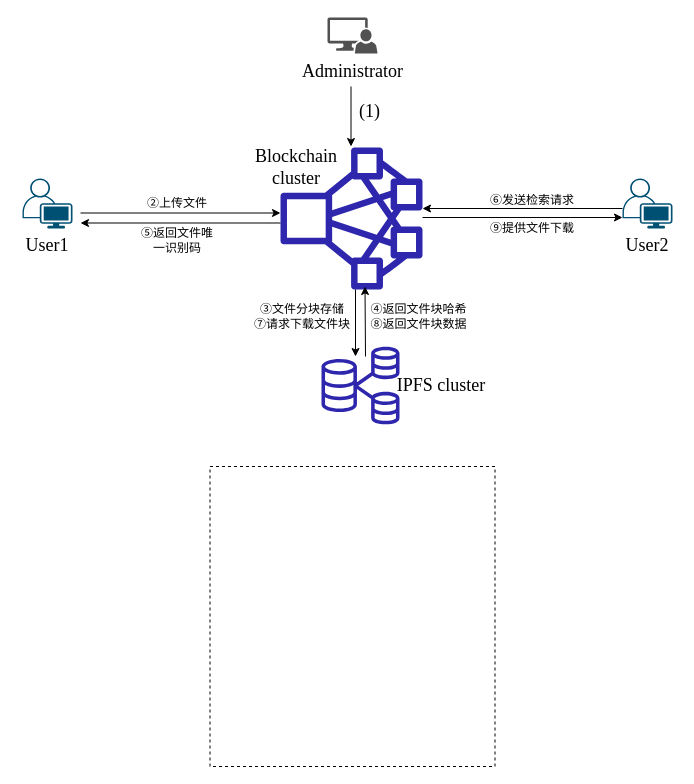
Earlier version of the draw.io diagram ipfsmodel.drawio (DingAllen/2022-leetcode). Source tidied: cells renumbered, new cells numbered last; positions are measured from the earlier drawing's top-left corner, leaving out a move shared by most shapes. Both pictures are drawn from the tidied source at 100%, with x=0, y=0 at pixel (17, 17).
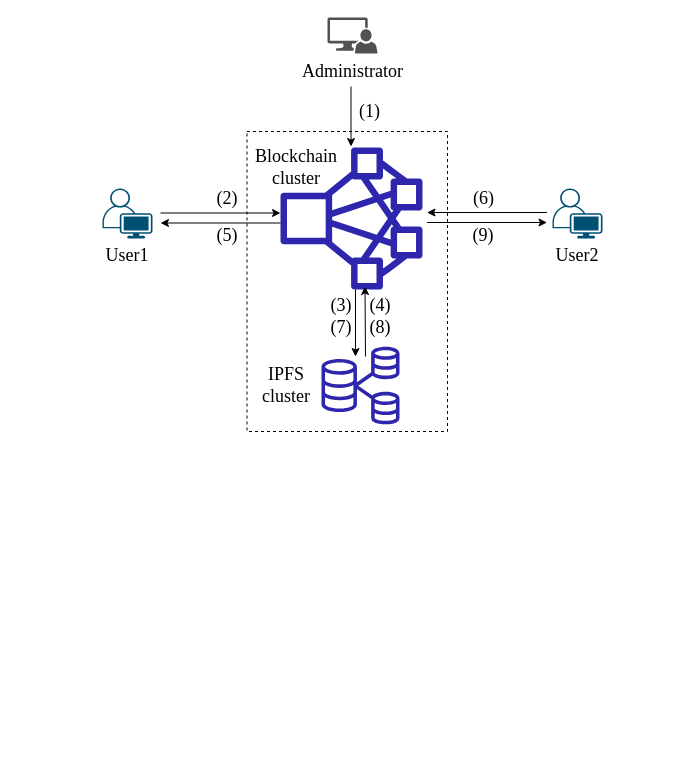
The same page after the edit.

The edit, as a diff of the source:
```diff
@@
     <mxCell id="3" style="verticalLabelPosition=bottom;sketch=0;html=1;verticalAlign=top;align=center;shape=mxgraph.cisco19.user;fillColor=#005073;strokeColor=none;" parent="1" vertex="1">
-      <mxGeometry x="5" y="161" width="50" height="50" as="geometry" />
+      <mxGeometry x="85" y="171" width="50" height="50" as="geometry" />
     </mxCell>
     <mxCell id="4" value="&lt;font face=&quot;Times New Roman&quot; style=&quot;font-size: 18px;&quot;&gt;User1&lt;/font&gt;" style="text;html=1;strokeColor=none;fillColor=none;align=center;verticalAlign=middle;whiteSpace=wrap;rounded=0;" parent="1" vertex="1">
-      <mxGeometry y="214" width="60" height="27" as="geometry" />
+      <mxGeometry x="80" y="224" width="60" height="27" as="geometry" />
     </mxCell>
@@
     <mxCell id="7" value="&lt;font face=&quot;Times New Roman&quot; style=&quot;font-size: 18px;&quot;&gt;IPFS cluster&lt;/font&gt;" style="text;html=1;strokeColor=none;fillColor=none;align=center;verticalAlign=middle;whiteSpace=wrap;rounded=0;" parent="1" vertex="1">
-      <mxGeometry x="369.5" y="353" width="108" height="30" as="geometry" />
+      <mxGeometry x="234" y="348" width="70" height="40" as="geometry" />
     </mxCell>
@@
     <mxCell id="9" style="verticalLabelPosition=bottom;sketch=0;html=1;verticalAlign=top;align=center;shape=mxgraph.cisco19.user;fillColor=#005073;strokeColor=none;" parent="1" vertex="1">
-      <mxGeometry x="605" y="161" width="50" height="50" as="geometry" />
+      <mxGeometry x="535" y="171" width="50" height="50" as="geometry" />
     </mxCell>
@@
-    <mxCell id="11" style="endArrow=classic;html=1;rounded=0;" parent="1" edge="1">
-      <mxGeometry relative="1" as="geometry">
-        <mxPoint x="63" y="195.5" as="sourcePoint" />
-        <mxPoint x="263" y="195.5" as="targetPoint" />
-      </mxGeometry>
-    </mxCell>
-    <mxCell id="12" style="endArrow=classic;html=1;rounded=0;" parent="1" edge="1">
-      <mxGeometry relative="1" as="geometry">
-        <mxPoint x="263" y="205.5" as="sourcePoint" />
-        <mxPoint x="63" y="205.5" as="targetPoint" />
-      </mxGeometry>
-    </mxCell>
-    <mxCell id="13" style="endArrow=classic;html=1;rounded=0;" parent="1" edge="1">
-      <mxGeometry relative="1" as="geometry">
-        <mxPoint x="405" y="200" as="sourcePoint" />
-        <mxPoint x="605" y="200" as="targetPoint" />
-      </mxGeometry>
-    </mxCell>
-    <mxCell id="14" style="endArrow=classic;html=1;rounded=0;" parent="1" edge="1">
-      <mxGeometry relative="1" as="geometry">
-        <mxPoint x="605" y="191" as="sourcePoint" />
-        <mxPoint x="405" y="191" as="targetPoint" />
-      </mxGeometry>
-    </mxCell>
-    <mxCell id="15" value="②上传文件" style="text;html=1;strokeColor=none;fillColor=none;align=center;verticalAlign=middle;whiteSpace=wrap;rounded=0;" parent="1" vertex="1">
-      <mxGeometry x="115" y="171" width="90" height="30" as="geometry" />
+    <mxCell id="15" value="&lt;font style=&quot;font-size: 18px;&quot; face=&quot;Times New Roman&quot;&gt;(2)&lt;/font&gt;" style="text;html=1;strokeColor=none;fillColor=none;align=center;verticalAlign=middle;whiteSpace=wrap;rounded=0;" parent="1" vertex="1">
+      <mxGeometry x="165" y="166" width="90" height="30" as="geometry" />
     </mxCell>
@@
-    <mxCell id="19" value="③文件分块存储&lt;br&gt;⑦请求下载文件块" style="text;html=1;strokeColor=none;fillColor=none;align=center;verticalAlign=middle;whiteSpace=wrap;rounded=0;" parent="1" vertex="1">
-      <mxGeometry x="229.5" y="279" width="110" height="40" as="geometry" />
+    <mxCell id="19" value="&lt;font style=&quot;font-size: 18px;&quot; face=&quot;Times New Roman&quot;&gt;(3)&lt;br&gt;(7)&lt;/font&gt;" style="text;html=1;strokeColor=none;fillColor=none;align=center;verticalAlign=middle;whiteSpace=wrap;rounded=0;" parent="1" vertex="1">
+      <mxGeometry x="304" y="279" width="39.5" height="40" as="geometry" />
     </mxCell>
-    <mxCell id="20" value="④返回文件块哈希&lt;br&gt;⑧返回文件块数据" style="text;html=1;strokeColor=none;fillColor=none;align=center;verticalAlign=middle;whiteSpace=wrap;rounded=0;" parent="1" vertex="1">
-      <mxGeometry x="346" y="279" width="110.5" height="40" as="geometry" />
+    <mxCell id="20" value="&lt;font style=&quot;font-size: 18px;&quot; face=&quot;Times New Roman&quot;&gt;(4)&lt;br&gt;(8)&lt;/font&gt;" style="text;html=1;strokeColor=none;fillColor=none;align=center;verticalAlign=middle;whiteSpace=wrap;rounded=0;" parent="1" vertex="1">
+      <mxGeometry x="346" y="279" width="34" height="40" as="geometry" />
     </mxCell>
@@
-    <mxCell id="22" value="⑤返回文件唯一识别码" style="text;html=1;strokeColor=none;fillColor=none;align=center;verticalAlign=middle;whiteSpace=wrap;rounded=0;" parent="1" vertex="1">
-      <mxGeometry x="120" y="208" width="80" height="30" as="geometry" />
+    <mxCell id="22" value="&lt;font style=&quot;font-size: 18px;&quot; face=&quot;Times New Roman&quot;&gt;(5)&lt;/font&gt;" style="text;html=1;strokeColor=none;fillColor=none;align=center;verticalAlign=middle;whiteSpace=wrap;rounded=0;" parent="1" vertex="1">
+      <mxGeometry x="170" y="203" width="80" height="30" as="geometry" />
     </mxCell>
-    <mxCell id="23" value="⑥发送检索请求" style="text;html=1;strokeColor=none;fillColor=none;align=center;verticalAlign=middle;whiteSpace=wrap;rounded=0;" parent="1" vertex="1">
-      <mxGeometry x="459.5" y="168" width="110" height="30" as="geometry" />
+    <mxCell id="23" value="&lt;font style=&quot;font-size: 18px;&quot; face=&quot;Times New Roman&quot;&gt;(6)&lt;/font&gt;" style="text;html=1;strokeColor=none;fillColor=none;align=center;verticalAlign=middle;whiteSpace=wrap;rounded=0;" parent="1" vertex="1">
+      <mxGeometry x="440" y="166" width="52.5" height="30" as="geometry" />
     </mxCell>
-    <mxCell id="24" value="⑨提供文件下载" style="text;html=1;strokeColor=none;fillColor=none;align=center;verticalAlign=middle;whiteSpace=wrap;rounded=0;" parent="1" vertex="1">
-      <mxGeometry x="470" y="196" width="90" height="30" as="geometry" />
+    <mxCell id="24" value="&lt;font style=&quot;font-size: 18px;&quot; face=&quot;Times New Roman&quot;&gt;(9)&lt;/font&gt;" style="text;html=1;strokeColor=none;fillColor=none;align=center;verticalAlign=middle;whiteSpace=wrap;rounded=0;" parent="1" vertex="1">
+      <mxGeometry x="421.2" y="203" width="90" height="30" as="geometry" />
     </mxCell>
     <mxCell id="25" style="rounded=0;whiteSpace=wrap;html=1;fillStyle=auto;dashed=1;fillColor=none;" parent="1" vertex="1">
-      <mxGeometry x="192.5" y="449" width="285" height="300" as="geometry" />
+      <mxGeometry x="229.5" y="114" width="200.5" height="300" as="geometry" />
     </mxCell>
     <mxCell id="26" value="&lt;font face=&quot;Times New Roman&quot; style=&quot;font-size: 18px;&quot;&gt;User2&lt;/font&gt;" style="text;html=1;strokeColor=none;fillColor=none;align=center;verticalAlign=middle;whiteSpace=wrap;rounded=0;" parent="1" vertex="1">
-      <mxGeometry x="600" y="214" width="60" height="27" as="geometry" />
+      <mxGeometry x="530" y="224" width="60" height="27" as="geometry" />
     </mxCell>
+    <mxCell id="27" style="endArrow=classic;html=1;rounded=0;" parent="1" edge="1">
+      <mxGeometry relative="1" as="geometry">
+        <mxPoint x="143" y="195.5" as="sourcePoint" />
+        <mxPoint x="263" y="195.5" as="targetPoint" />
+      </mxGeometry>
+    </mxCell>
+    <mxCell id="28" style="endArrow=classic;html=1;rounded=0;" parent="1" edge="1">
+      <mxGeometry relative="1" as="geometry">
+        <mxPoint x="263" y="205.5" as="sourcePoint" />
+        <mxPoint x="143" y="205.5" as="targetPoint" />
+      </mxGeometry>
+    </mxCell>
+    <mxCell id="29" style="endArrow=classic;html=1;rounded=0;" parent="1" edge="1">
+      <mxGeometry relative="1" as="geometry">
+        <mxPoint x="409.5" y="205" as="sourcePoint" />
+        <mxPoint x="529.5" y="205" as="targetPoint" />
+      </mxGeometry>
+    </mxCell>
+    <mxCell id="30" style="endArrow=classic;html=1;rounded=0;" parent="1" edge="1">
+      <mxGeometry relative="1" as="geometry">
+        <mxPoint x="529.5" y="195" as="sourcePoint" />
+        <mxPoint x="409.5" y="195" as="targetPoint" />
+      </mxGeometry>
+    </mxCell>
```
